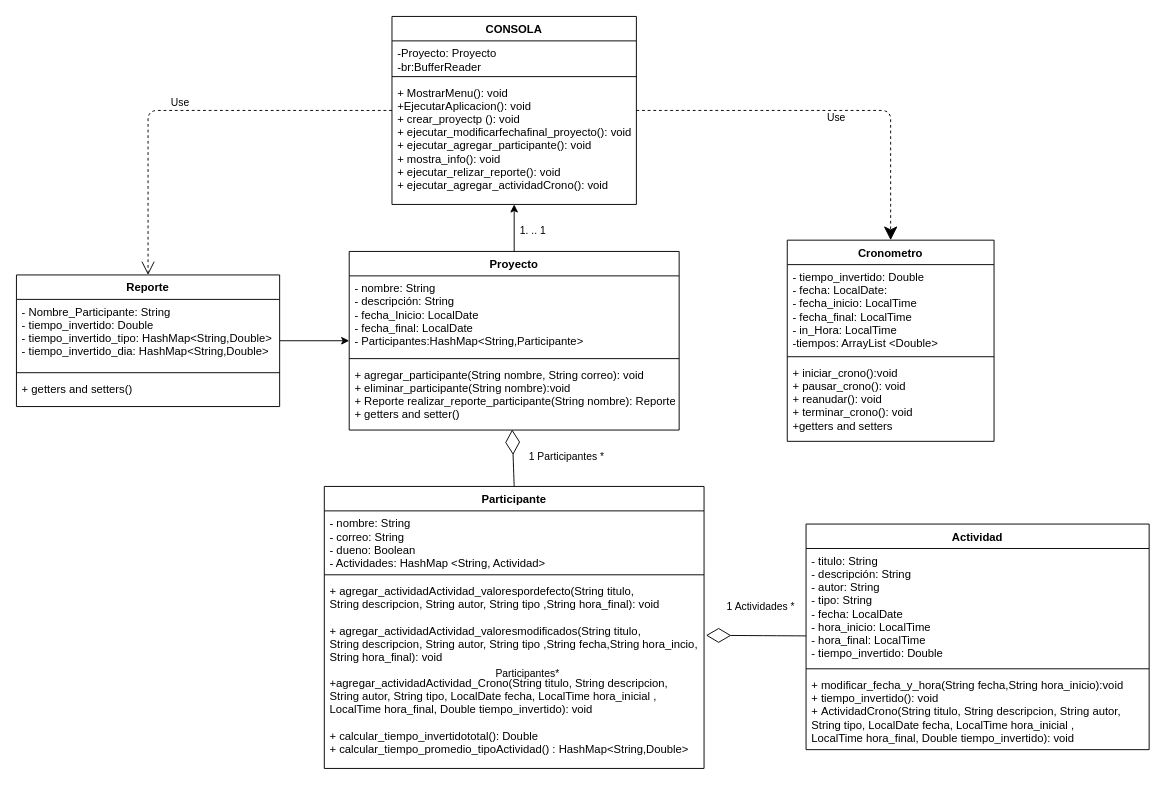
This is ENTREGA2_P1.drawio from DYPOO-2022-j-vargasr2-n-camargop/ENTREGA1_PROYECTO1_DYPOO, a draw.io file, before an edit. Source tidied: cells renumbered, new cells numbered last; positions are measured from the earlier drawing's top-left corner, leaving out a move shared by most shapes. Both pictures are drawn from the tidied source at 94%, with x=0, y=0 at pixel (16, 16).
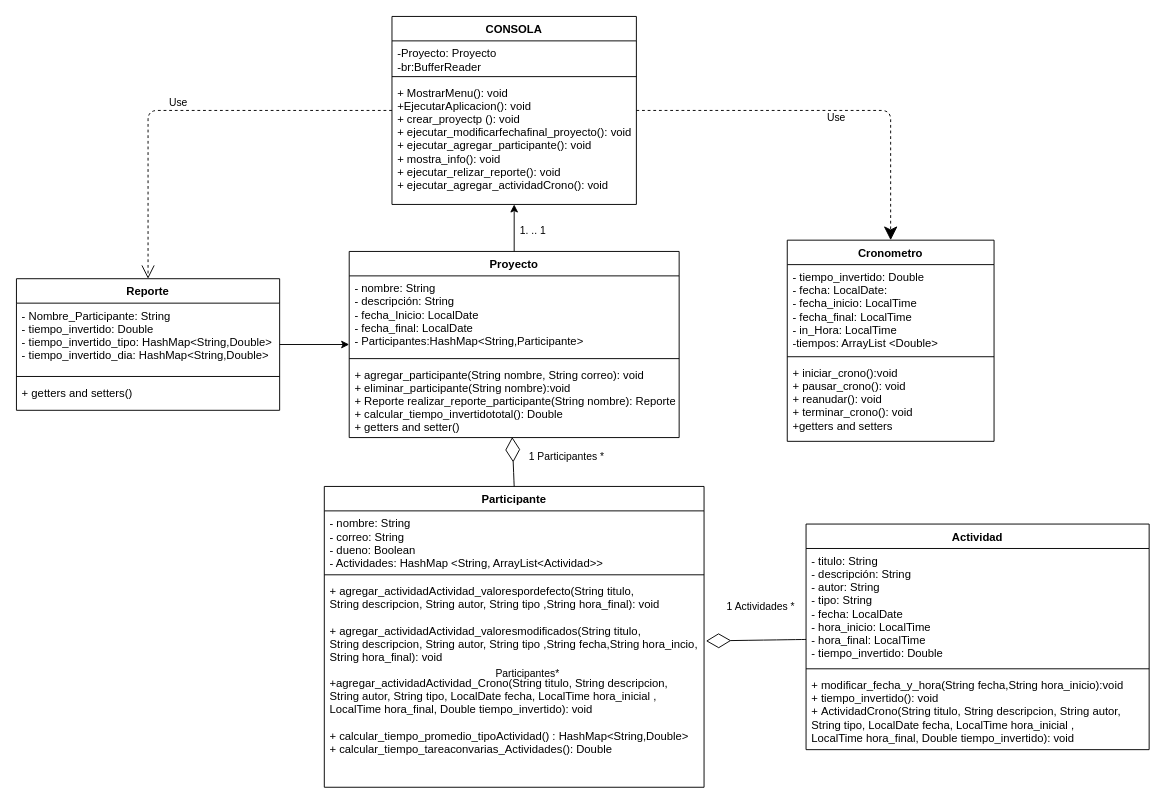
The same page after the edit.

Diff of the diagram source:
```diff
@@
     <mxCell id="6" value="Reporte" style="swimlane;fontStyle=1;align=center;verticalAlign=top;horizontal=1;startSize=26;" parent="1" vertex="1">
-      <mxGeometry y="275" width="280" height="140" as="geometry" />
+      <mxGeometry y="279" width="280" height="140" as="geometry" />
     </mxCell>
@@
     <mxCell id="11" value="Proyecto" style="swimlane;fontStyle=1;align=center;verticalAlign=top;horizontal=1;startSize=26;" parent="1" vertex="1">
-      <mxGeometry x="354" y="250" width="351" height="190" as="geometry" />
+      <mxGeometry x="354" y="250" width="351" height="198" as="geometry" />
     </mxCell>
@@
-    <mxCell id="14" value="+ agregar_participante(String nombre, String correo): void&#10;+ eliminar_participante(String nombre):void&#10;+ Reporte realizar_reporte_participante(String nombre): Reporte&#10;+ getters and setter()" style="text;strokeColor=none;fillColor=none;align=left;verticalAlign=top;spacingLeft=4;spacingRight=4;overflow=hidden;points=[[0,0.5],[1,0.5]];portConstraint=eastwest;" parent="11" vertex="1">
-      <mxGeometry y="118" width="351" height="72" as="geometry" />
+    <mxCell id="14" value="+ agregar_participante(String nombre, String correo): void&#10;+ eliminar_participante(String nombre):void&#10;+ Reporte realizar_reporte_participante(String nombre): Reporte&#10;+ calcular_tiempo_invertidototal(): Double&#10;+ getters and setter()" style="text;strokeColor=none;fillColor=none;align=left;verticalAlign=top;spacingLeft=4;spacingRight=4;overflow=hidden;points=[[0,0.5],[1,0.5]];portConstraint=eastwest;" parent="11" vertex="1">
+      <mxGeometry y="118" width="351" height="80" as="geometry" />
     </mxCell>
     <mxCell id="15" value="Participante" style="swimlane;fontStyle=1;align=center;verticalAlign=top;horizontal=1;startSize=26;" parent="1" vertex="1">
-      <mxGeometry x="327.5" y="500" width="404" height="300" as="geometry" />
+      <mxGeometry x="327.5" y="500" width="404" height="320" as="geometry" />
     </mxCell>
-    <mxCell id="16" value="- nombre: String&#10;- correo: String&#10;- dueno: Boolean&#10;- Actividades: HashMap &lt;String, Actividad&gt;" style="text;strokeColor=none;fillColor=none;align=left;verticalAlign=top;spacingLeft=4;spacingRight=4;overflow=hidden;" parent="15" vertex="1">
+    <mxCell id="16" value="- nombre: String&#10;- correo: String&#10;- dueno: Boolean&#10;- Actividades: HashMap &lt;String, ArrayList&lt;Actividad&gt;&gt;" style="text;strokeColor=none;fillColor=none;align=left;verticalAlign=top;spacingLeft=4;spacingRight=4;overflow=hidden;" parent="15" vertex="1">
       <mxGeometry y="26" width="404" height="64" as="geometry" />
     </mxCell>
@@
-    <mxCell id="18" value="+ agregar_actividadActividad_valorespordefecto(String titulo, &#10;String descripcion, String autor, String tipo ,String hora_final): void&#10;&#10;+ agregar_actividadActividad_valoresmodificados(String titulo, &#10;String descripcion, String autor, String tipo ,String fecha,String hora_incio,&#10;String hora_final): void&#10;&#10;+agregar_actividadActividad_Crono(String titulo, String descripcion, &#10;String autor, String tipo, LocalDate fecha, LocalTime hora_inicial ,&#10;LocalTime hora_final, Double tiempo_invertido): void&#10;&#10;+ calcular_tiempo_invertidototal(): Double&#10;+ calcular_tiempo_promedio_tipoActividad() : HashMap&lt;String,Double&gt;" style="text;strokeColor=none;fillColor=none;align=left;verticalAlign=top;spacingLeft=4;spacingRight=4;overflow=hidden;points=[[0,0.5],[1,0.5]];portConstraint=eastwest;" parent="15" vertex="1">
-      <mxGeometry y="98" width="404" height="202" as="geometry" />
+    <mxCell id="18" value="+ agregar_actividadActividad_valorespordefecto(String titulo, &#10;String descripcion, String autor, String tipo ,String hora_final): void&#10;&#10;+ agregar_actividadActividad_valoresmodificados(String titulo, &#10;String descripcion, String autor, String tipo ,String fecha,String hora_incio,&#10;String hora_final): void&#10;&#10;+agregar_actividadActividad_Crono(String titulo, String descripcion, &#10;String autor, String tipo, LocalDate fecha, LocalTime hora_inicial ,&#10;LocalTime hora_final, Double tiempo_invertido): void&#10;&#10;+ calcular_tiempo_promedio_tipoActividad() : HashMap&lt;String,Double&gt;&#10;+ calcular_tiempo_tareaconvarias_Actividades(): Double" style="text;strokeColor=none;fillColor=none;align=left;verticalAlign=top;spacingLeft=4;spacingRight=4;overflow=hidden;points=[[0,0.5],[1,0.5]];portConstraint=eastwest;" parent="15" vertex="1">
+      <mxGeometry y="98" width="404" height="222" as="geometry" />
     </mxCell>
```
